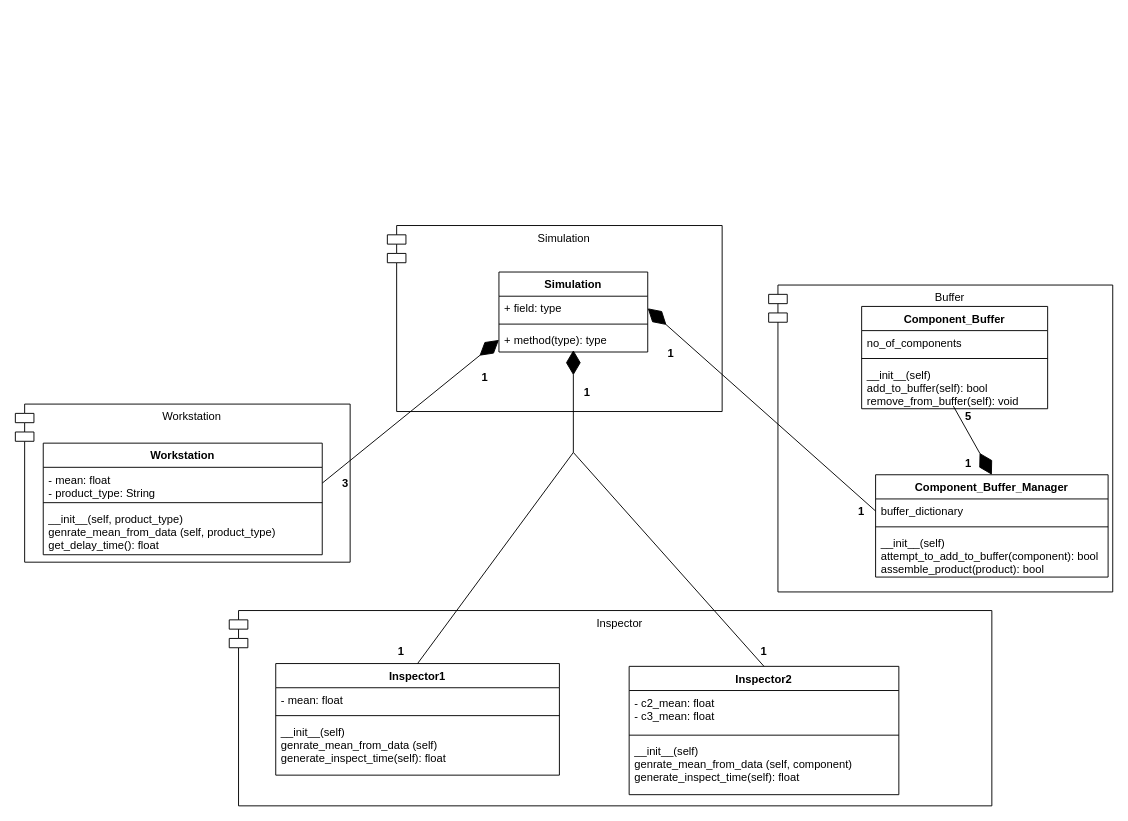
Favourolotu/Industrial-Simulation-Project keeps this draw.io diagram as UML_Diagram.drawio. Above is the earlier version. Source tidied: cells renumbered, new cells numbered last; positions are measured from the earlier drawing's top-left corner, leaving out a move shared by most shapes. Both pictures are drawn from the tidied source at 93%, with x=0, y=0 at pixel (15, 225).
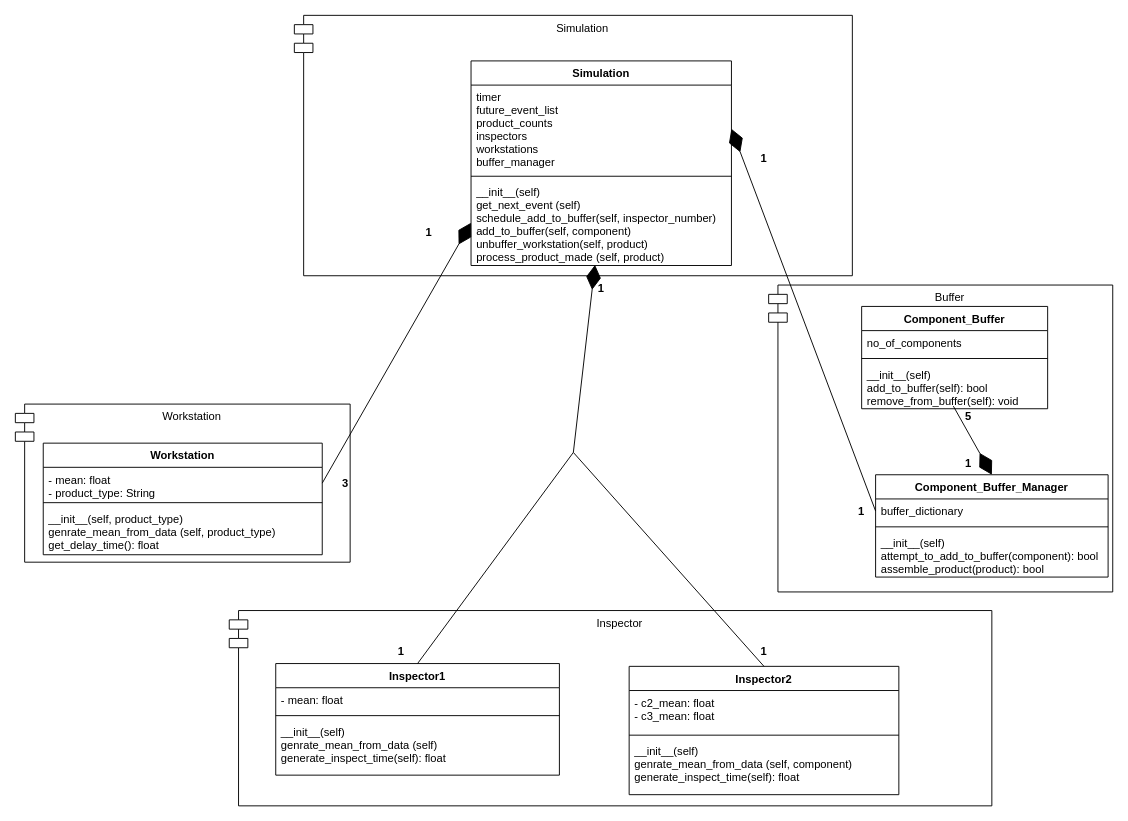
The same diagram, later.

Commit message:
Updated UML diagram

Unchanged cells that the change refers to:
```xml
<mxCell id="6" value="Inspector1" style="swimlane;fontStyle=1;align=center;verticalAlign=top;horizontal=1;startSize=26;" parent="1" vertex="1">
  <mxGeometry x="280" y="471" width="305" height="120" as="geometry" />
</mxCell>
```

Change to the diagram source:
```diff
@@
     <mxCell id="3" value="Simulation" style="shape=module;align=left;spacingLeft=20;align=center;verticalAlign=top;" parent="1" vertex="1">
-      <mxGeometry x="400" width="360" height="200" as="geometry" />
+      <mxGeometry x="300" y="-226" width="600" height="280" as="geometry" />
     </mxCell>
@@
     <mxCell id="26" value="Simulation" style="swimlane;fontStyle=1;align=center;verticalAlign=top;horizontal=1;startSize=26;" parent="1" vertex="1">
-      <mxGeometry x="520" y="50" width="160" height="86" as="geometry" />
+      <mxGeometry x="490" y="-177" width="280" height="220" as="geometry" />
     </mxCell>
-    <mxCell id="27" value="+ field: type" style="text;strokeColor=none;fillColor=none;align=left;verticalAlign=top;spacingLeft=4;spacingRight=4;overflow=hidden;points=[[0,0.5],[1,0.5]];portConstraint=eastwest;" parent="26" vertex="1">
-      <mxGeometry y="26" width="160" height="26" as="geometry" />
+    <mxCell id="27" value="timer&#10;future_event_list&#10;product_counts&#10;inspectors&#10;workstations&#10;buffer_manager" style="text;strokeColor=none;fillColor=none;align=left;verticalAlign=top;spacingLeft=4;spacingRight=4;overflow=hidden;points=[[0,0.5],[1,0.5]];portConstraint=eastwest;" parent="26" vertex="1">
+      <mxGeometry y="26" width="280" height="94" as="geometry" />
     </mxCell>
     <mxCell id="28" style="line;strokeWidth=1;fillColor=none;align=left;verticalAlign=middle;spacingTop=-1;spacingLeft=3;spacingRight=3;labelPosition=right;strokeColor=inherit;" parent="26" vertex="1">
-      <mxGeometry y="52" width="160" height="8" as="geometry" />
+      <mxGeometry y="120" width="280" height="8" as="geometry" />
     </mxCell>
-    <mxCell id="29" value="+ method(type): type" style="text;strokeColor=none;fillColor=none;align=left;verticalAlign=top;spacingLeft=4;spacingRight=4;overflow=hidden;points=[[0,0.5],[1,0.5]];portConstraint=eastwest;" parent="26" vertex="1">
-      <mxGeometry y="60" width="160" height="26" as="geometry" />
+    <mxCell id="29" value="__init__(self)&#10;get_next_event (self)&#10;schedule_add_to_buffer(self, inspector_number)&#10;add_to_buffer(self, component)&#10;unbuffer_workstation(self, product)&#10;process_product_made (self, product)" style="text;strokeColor=none;fillColor=none;align=left;verticalAlign=top;spacingLeft=4;spacingRight=4;overflow=hidden;points=[[0,0.5],[1,0.5]];portConstraint=eastwest;" parent="26" vertex="1">
+      <mxGeometry y="128" width="280" height="92" as="geometry" />
     </mxCell>
-    <mxCell id="30" style="endArrow=diamondThin;endFill=1;endSize=24;html=1;rounded=0;exitX=0.5;exitY=0;exitDx=0;exitDy=0;" parent="1" edge="1" source="6">
+    <mxCell id="30" style="endArrow=diamondThin;endFill=1;endSize=24;html=1;rounded=0;exitX=0.5;exitY=0;exitDx=0;exitDy=0;entryX=0.476;entryY=0.993;entryDx=0;entryDy=0;entryPerimeter=0;" parent="1" edge="1" source="6" target="29">
       <mxGeometry relative="1" as="geometry">
-        <mxPoint x="600" y="134" as="targetPoint" />
         <Array as="points">
           <mxPoint x="600" y="244" />
         </Array>
       </mxGeometry>
     </mxCell>
@@
     <mxCell id="35" value="1" style="text;align=center;fontStyle=1;verticalAlign=middle;spacingLeft=3;spacingRight=3;strokeColor=none;" parent="1" vertex="1">
-      <mxGeometry x="490" y="150" width="30" height="26" as="geometry" />
+      <mxGeometry x="430" y="-6" width="30" height="26" as="geometry" />
     </mxCell>
     <mxCell id="36" value="1" style="text;align=center;fontStyle=1;verticalAlign=middle;spacingLeft=3;spacingRight=3;strokeColor=none;" parent="1" vertex="1">
-      <mxGeometry x="600" y="166" width="30" height="26" as="geometry" />
+      <mxGeometry x="615" y="54" width="30" height="26" as="geometry" />
     </mxCell>
     <mxCell id="37" value="1" style="text;align=center;fontStyle=1;verticalAlign=middle;spacingLeft=3;spacingRight=3;strokeColor=none;" parent="1" vertex="1">
-      <mxGeometry x="690" y="124" width="30" height="26" as="geometry" />
+      <mxGeometry x="790" y="-86" width="30" height="26" as="geometry" />
     </mxCell>
```
